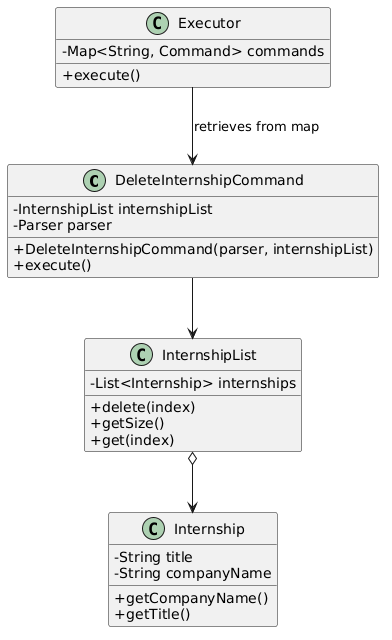
Before: docs/diagrams/DeleteInternshipCommandClassDiagram.png, a diagram exported from PlantUML (Yian123330/tp). Source of this version:
```plantuml
@startuml
skinparam classAttributeIconSize 0
skinparam shadowing false

class DeleteInternshipCommand {
    - InternshipList internshipList
    - Parser parser
    + DeleteInternshipCommand(parser, internshipList)
    + execute()
}

class InternshipList {
    - List<Internship> internships
    + delete(index)
    + getSize()
    + get(index)
}

class Internship {
    - String title
    - String companyName
    + getCompanyName()
    + getTitle()
}

class Executor {
    - Map<String, Command> commands
    + execute()
}

Executor --> DeleteInternshipCommand : retrieves from map
DeleteInternshipCommand --> InternshipList
InternshipList o--> Internship
@enduml
```
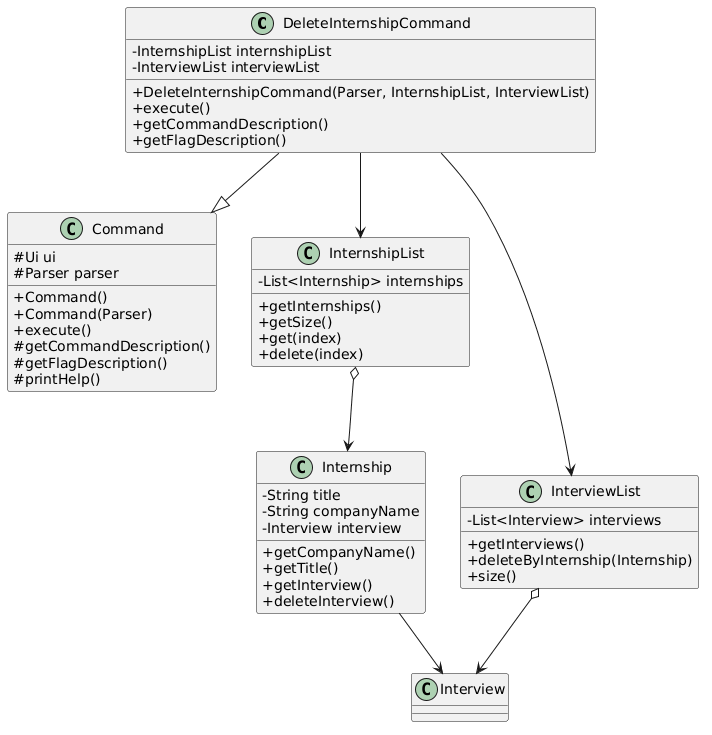
Above is the later version.

Change to the diagram source:
```diff
@@ -4,31 +4,53 @@
 
 class DeleteInternshipCommand {
     - InternshipList internshipList
-    - Parser parser
-    + DeleteInternshipCommand(parser, internshipList)
+    - InterviewList interviewList
+    + DeleteInternshipCommand(Parser, InternshipList, InterviewList)
     + execute()
+    + getCommandDescription()
+    + getFlagDescription()
+}
+
+class Command {
+    # Ui ui
+    # Parser parser
+    + Command()
+    + Command(Parser)
+    + execute()
+    # getCommandDescription()
+    # getFlagDescription()
+    # printHelp()
 }
 
 class InternshipList {
     - List<Internship> internships
-    + delete(index)
+    + getInternships()
     + getSize()
     + get(index)
+    + delete(index)
+}
+
+class InterviewList {
+    - List<Interview> interviews
+    + getInterviews()
+    + deleteByInternship(Internship)
+    + size()
 }
 
 class Internship {
     - String title
     - String companyName
+    - Interview interview
     + getCompanyName()
     + getTitle()
+    + getInterview()
+    + deleteInterview()
 }
 
-class Executor {
-    - Map<String, Command> commands
-    + execute()
-}
-
-Executor --> DeleteInternshipCommand : retrieves from map
+DeleteInternshipCommand --|> Command
 DeleteInternshipCommand --> InternshipList
+DeleteInternshipCommand --> InterviewList
 InternshipList o--> Internship
+InterviewList o--> Interview
+Internship --> Interview
 @enduml
```
